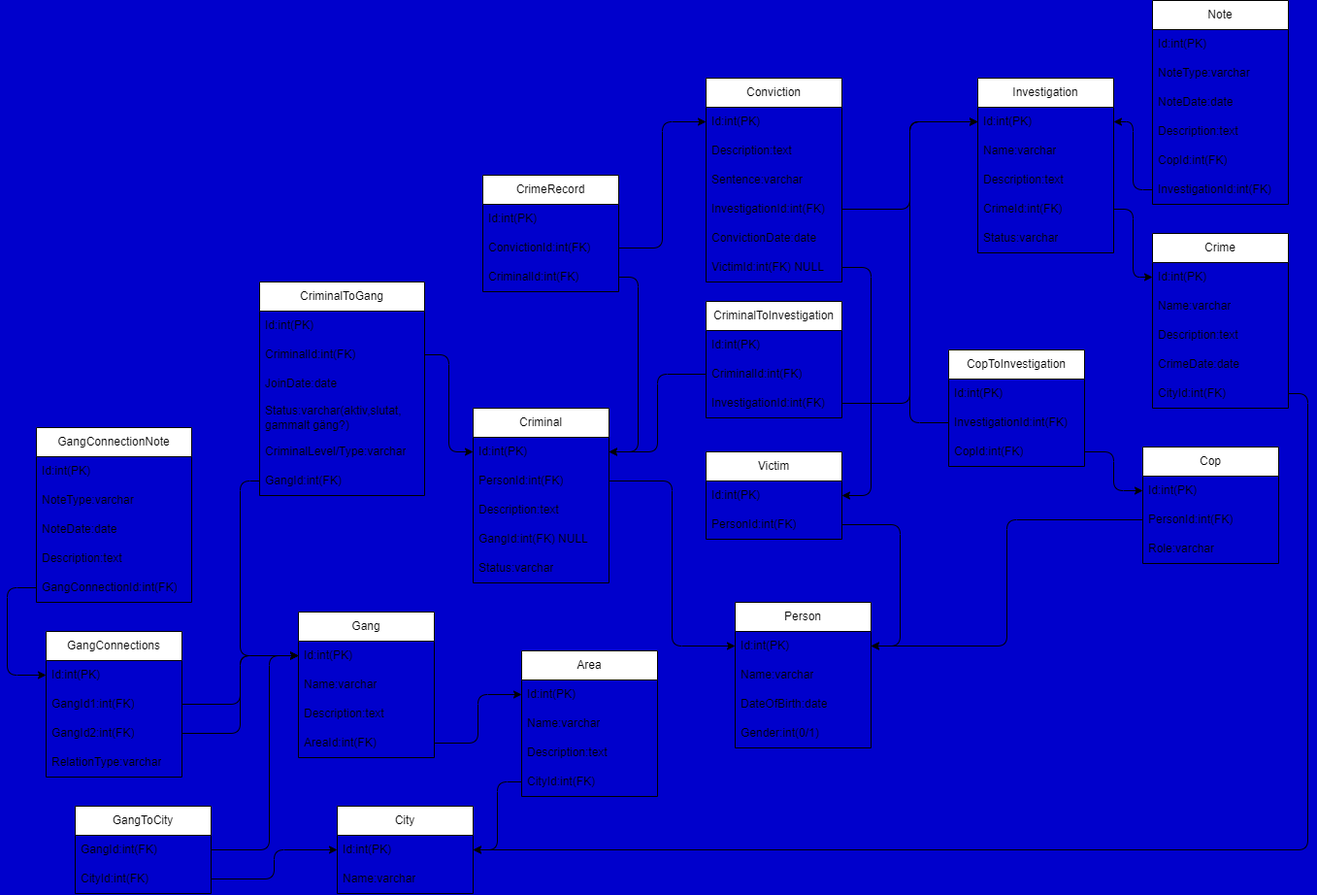
Earlier version of the draw.io export Planering/PolisensGängDB.png (ponagr/databaser_school_project). Source tidied: cells renumbered, new cells last; positions are measured from the earlier drawing's top-left corner, leaving out a move shared by most shapes.
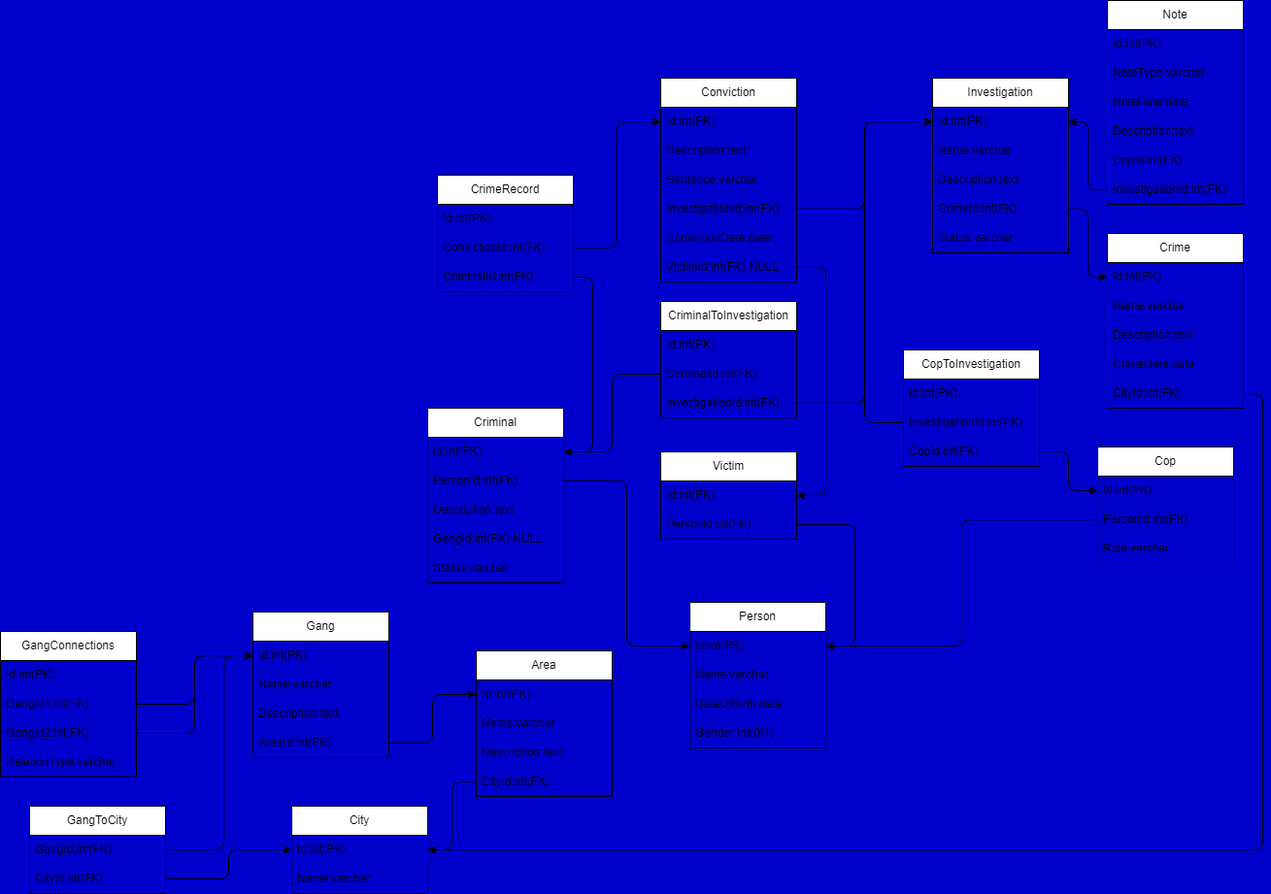
After the commit.

Commit message:
uppdatering och ändringar i planering, README.ms, diagram och lagt till .sql fil med alla queries som används

What changed in the source:
```diff
@@ -209,24 +209,6 @@
     <mxCell id="70" value="RelationType:varchar" style="text;strokeColor=none;fillColor=none;align=left;verticalAlign=middle;spacingLeft=4;spacingRight=4;overflow=hidden;whiteSpace=wrap;html=1;" parent="66" vertex="1">
       <mxGeometry y="120" width="140" height="30" as="geometry" />
     </mxCell>
-    <mxCell id="71" value="GangConnectionNote" style="swimlane;fontStyle=0;horizontal=1;startSize=30;whiteSpace=wrap;html=1;" parent="1" vertex="1">
-      <mxGeometry x="30" y="440" width="160" height="180" as="geometry" />
-    </mxCell>
-    <mxCell id="72" value="Id:int(PK)" style="text;strokeColor=none;fillColor=none;align=left;verticalAlign=middle;spacingLeft=4;spacingRight=4;overflow=hidden;whiteSpace=wrap;html=1;" parent="71" vertex="1">
-      <mxGeometry y="30" width="160" height="30" as="geometry" />
-    </mxCell>
-    <mxCell id="73" value="NoteType:varchar" style="text;strokeColor=none;fillColor=none;align=left;verticalAlign=middle;spacingLeft=4;spacingRight=4;overflow=hidden;whiteSpace=wrap;html=1;" parent="71" vertex="1">
-      <mxGeometry y="60" width="160" height="30" as="geometry" />
-    </mxCell>
-    <mxCell id="74" value="NoteDate:date" style="text;strokeColor=none;fillColor=none;align=left;verticalAlign=middle;spacingLeft=4;spacingRight=4;overflow=hidden;whiteSpace=wrap;html=1;" parent="71" vertex="1">
-      <mxGeometry y="90" width="160" height="30" as="geometry" />
-    </mxCell>
-    <mxCell id="75" value="Description:text" style="text;strokeColor=none;fillColor=none;align=left;verticalAlign=middle;spacingLeft=4;spacingRight=4;overflow=hidden;whiteSpace=wrap;html=1;" parent="71" vertex="1">
-      <mxGeometry y="120" width="160" height="30" as="geometry" />
-    </mxCell>
-    <mxCell id="76" value="GangConnectionId:int(FK)" style="text;strokeColor=none;fillColor=none;align=left;verticalAlign=middle;spacingLeft=4;spacingRight=4;overflow=hidden;points=[[0,0.5],[1,0.5]];portConstraint=eastwest;whiteSpace=wrap;html=1;" parent="71" vertex="1">
-      <mxGeometry y="150" width="160" height="30" as="geometry" />
-    </mxCell>
     <mxCell id="77" style="edgeStyle=orthogonalEdgeStyle;html=1;exitX=1;exitY=0.5;exitDx=0;exitDy=0;entryX=0;entryY=0.5;entryDx=0;entryDy=0;" parent="1" edge="1" source="4" target="41">
       <mxGeometry relative="1" as="geometry" />
     </mxCell>
@@ -248,33 +230,9 @@
     <mxCell id="83" value="AreaId:int(FK)" style="text;strokeColor=none;fillColor=none;align=left;verticalAlign=middle;spacingLeft=4;spacingRight=4;overflow=hidden;points=[[0,0.5],[1,0.5]];portConstraint=eastwest;whiteSpace=wrap;html=1;" parent="79" vertex="1">
       <mxGeometry y="120" width="140" height="30" as="geometry" />
     </mxCell>
-    <mxCell id="84" value="CriminalToGang" style="swimlane;fontStyle=0;horizontal=1;startSize=30;whiteSpace=wrap;html=1;" parent="1" vertex="1">
-      <mxGeometry x="260" y="290" width="170" height="220" as="geometry" />
-    </mxCell>
-    <mxCell id="85" value="Id:int(PK)" style="text;strokeColor=none;fillColor=none;align=left;verticalAlign=middle;spacingLeft=4;spacingRight=4;overflow=hidden;whiteSpace=wrap;html=1;" parent="84" vertex="1">
-      <mxGeometry y="30" width="170" height="30" as="geometry" />
-    </mxCell>
-    <mxCell id="86" value="CriminalId:int(FK)" style="text;strokeColor=none;fillColor=none;align=left;verticalAlign=middle;spacingLeft=4;spacingRight=4;overflow=hidden;points=[[0,0.5],[1,0.5]];portConstraint=eastwest;whiteSpace=wrap;html=1;" parent="84" vertex="1">
-      <mxGeometry y="60" width="170" height="30" as="geometry" />
-    </mxCell>
-    <mxCell id="87" value="JoinDate:date" style="text;strokeColor=none;fillColor=none;align=left;verticalAlign=middle;spacingLeft=4;spacingRight=4;overflow=hidden;whiteSpace=wrap;html=1;" parent="84" vertex="1">
-      <mxGeometry y="90" width="170" height="30" as="geometry" />
-    </mxCell>
-    <mxCell id="88" value="Status:varchar(aktiv,slutat,&lt;br&gt;gammalt gäng?)" style="text;strokeColor=none;fillColor=none;align=left;verticalAlign=middle;spacingLeft=4;spacingRight=4;overflow=hidden;whiteSpace=wrap;html=1;" parent="84" vertex="1">
-      <mxGeometry y="120" width="170" height="40" as="geometry" />
-    </mxCell>
-    <mxCell id="89" value="CriminalLevel/Type:varchar" style="text;strokeColor=none;fillColor=none;align=left;verticalAlign=middle;spacingLeft=4;spacingRight=4;overflow=hidden;whiteSpace=wrap;html=1;" parent="84" vertex="1">
-      <mxGeometry y="160" width="170" height="30" as="geometry" />
-    </mxCell>
-    <mxCell id="90" value="GangId:int(FK)" style="text;strokeColor=none;fillColor=none;align=left;verticalAlign=middle;spacingLeft=4;spacingRight=4;overflow=hidden;points=[[0,0.5],[1,0.5]];portConstraint=eastwest;whiteSpace=wrap;html=1;" parent="84" vertex="1">
-      <mxGeometry y="190" width="170" height="30" as="geometry" />
-    </mxCell>
     <mxCell id="91" style="edgeStyle=orthogonalEdgeStyle;html=1;exitX=1;exitY=0.5;exitDx=0;exitDy=0;entryX=0;entryY=0.5;entryDx=0;entryDy=0;" parent="1" edge="1" source="83" target="33">
       <mxGeometry relative="1" as="geometry" />
     </mxCell>
-    <mxCell id="92" style="edgeStyle=orthogonalEdgeStyle;html=1;exitX=1;exitY=0.5;exitDx=0;exitDy=0;entryX=0;entryY=0.5;entryDx=0;entryDy=0;" parent="1" edge="1" source="86" target="3">
-      <mxGeometry relative="1" as="geometry" />
-    </mxCell>
     <mxCell id="93" style="edgeStyle=orthogonalEdgeStyle;html=1;exitX=1;exitY=0.5;exitDx=0;exitDy=0;entryX=0;entryY=0.5;entryDx=0;entryDy=0;" parent="1" edge="1" source="68" target="80">
       <mxGeometry relative="1" as="geometry" />
     </mxCell>
@@ -334,22 +292,6 @@
         </Array>
       </mxGeometry>
     </mxCell>
-    <mxCell id="106" style="edgeStyle=orthogonalEdgeStyle;html=1;exitX=0;exitY=0.5;exitDx=0;exitDy=0;entryX=0;entryY=0.5;entryDx=0;entryDy=0;" parent="1" edge="1" source="90" target="80">
-      <mxGeometry relative="1" as="geometry">
-        <Array as="points">
-          <mxPoint x="240" y="495" />
-          <mxPoint x="240" y="675" />
-        </Array>
-      </mxGeometry>
-    </mxCell>
-    <mxCell id="107" style="edgeStyle=orthogonalEdgeStyle;html=1;exitX=0;exitY=0.5;exitDx=0;exitDy=0;entryX=0;entryY=0.5;entryDx=0;entryDy=0;" parent="1" edge="1" source="76" target="67">
-      <mxGeometry relative="1" as="geometry">
-        <Array as="points">
-          <mxPoint y="605" />
-          <mxPoint y="695" />
-        </Array>
-      </mxGeometry>
-    </mxCell>
     <mxCell id="108" value="GangToCity" style="swimlane;fontStyle=0;horizontal=1;startSize=30;whiteSpace=wrap;html=1;" parent="1" vertex="1">
       <mxGeometry x="70" y="830" width="140" height="90" as="geometry" />
     </mxCell>
```
